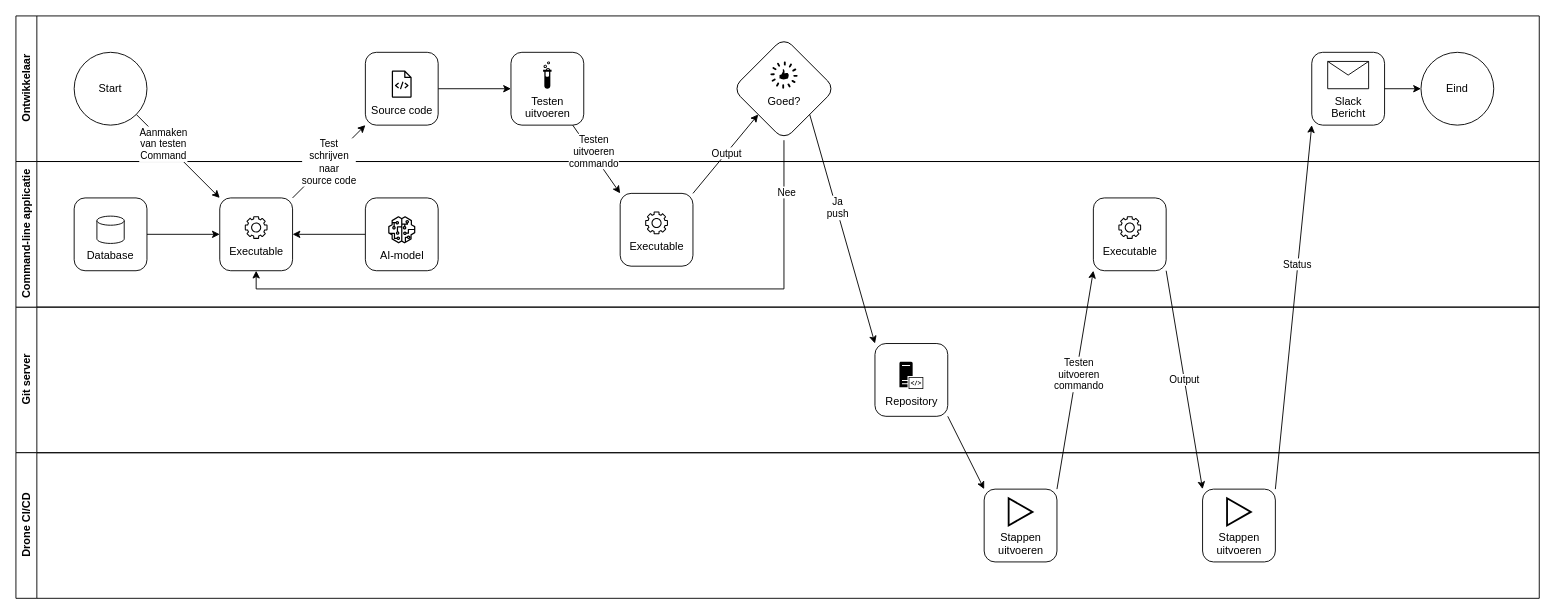
Before: page "Executable" (12 of 13) of cli app.drawio in luukvankooten/draw.io, a draw.io diagram. Source tidied: cells renumbered, new cells numbered last; positions are measured from the earlier drawing's top-left corner, leaving out a move shared by most shapes. Both pictures are drawn from the tidied source at 91%, with x=0, y=0 at pixel (15, 15).
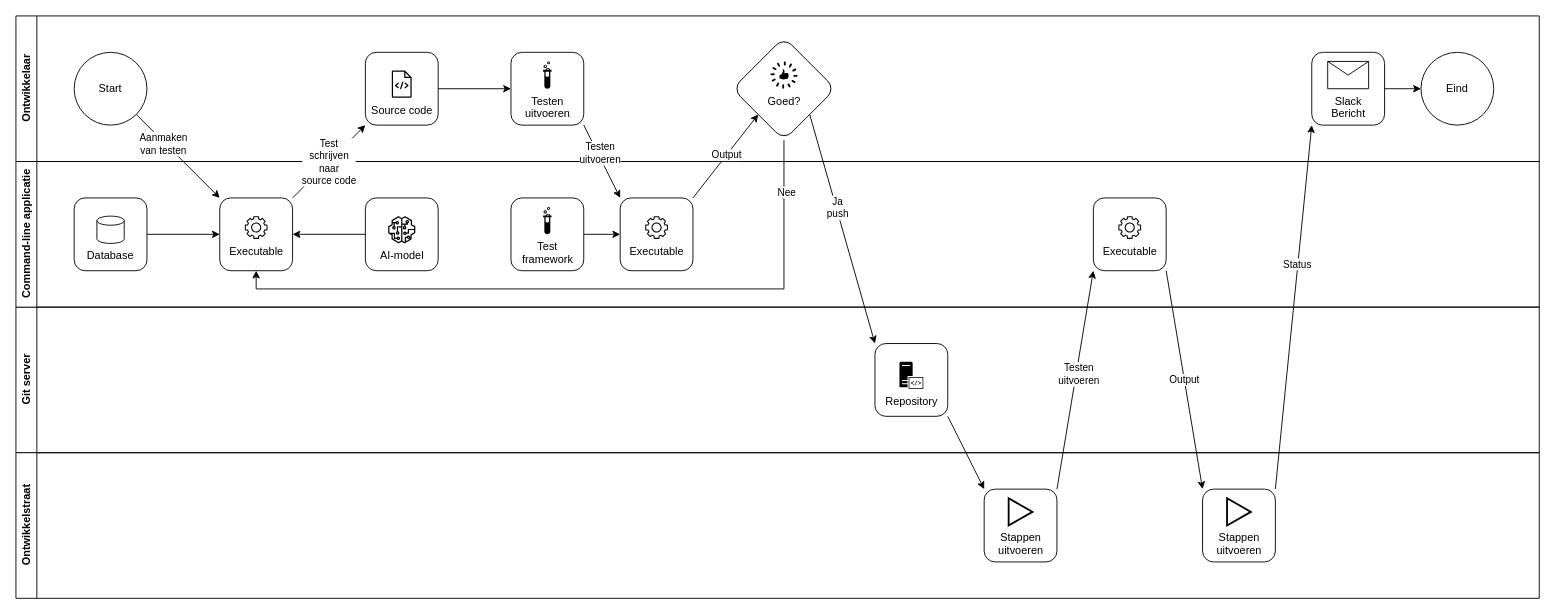
The same page after the edit.

The change refers to these unchanged cells:
```xml
<mxCell id="7" style="whiteSpace=wrap;html=1;rounded=1;" parent="2" vertex="1">
  <mxGeometry x="544" y="40" width="80" height="80" as="geometry" />
</mxCell>
<mxCell id="23" value="Command-line applicatie" style="swimlane;horizontal=0;whiteSpace=wrap;html=1;" parent="1" vertex="1">
  <mxGeometry y="160" width="1674" height="160" as="geometry" />
</mxCell>
<mxCell id="36" style="rounded=0;jettySize=auto;html=1;entryX=0;entryY=0;entryDx=0;entryDy=0;exitX=1;exitY=1;exitDx=0;exitDy=0;" parent="1" edge="1" source="3" target="24">
  <mxGeometry relative="1" as="geometry" />
</mxCell>
<mxCell id="49" style="rounded=0;jettySize=auto;html=1;entryX=0;entryY=1;entryDx=0;entryDy=0;exitX=1;exitY=0;exitDx=0;exitDy=0;" parent="1" edge="1" source="19" target="34">
  <mxGeometry relative="1" as="geometry" />
</mxCell>
```

The edit, as a diff of the source:
```diff
@@
-    <mxCell id="18" value="Drone CI/CD" style="swimlane;horizontal=0;whiteSpace=wrap;html=1;" parent="1" vertex="1">
+    <mxCell id="18" value="&lt;div&gt;Ontwikkelstraat&lt;/div&gt;" style="swimlane;horizontal=0;whiteSpace=wrap;html=1;" parent="1" vertex="1">
       <mxGeometry y="480" width="1674" height="160" as="geometry" />
     </mxCell>
@@
     <mxCell id="32" style="rounded=1;whiteSpace=wrap;html=1;" parent="23" vertex="1">
-      <mxGeometry x="664" y="35" width="80" height="80" as="geometry" />
+      <mxGeometry x="664" y="40" width="80" height="80" as="geometry" />
     </mxCell>
     <mxCell id="33" value="&lt;font color=&quot;#000000&quot;&gt;Executable&lt;/font&gt;" style="sketch=0;fontColor=#232F3E;gradientColor=none;fillColor=#000000;strokeColor=none;dashed=0;verticalLabelPosition=bottom;verticalAlign=top;align=center;html=1;fontSize=12;fontStyle=0;shape=mxgraph.aws4.gear;" parent="23" vertex="1">
-      <mxGeometry x="691.5" y="55" width="25" height="25" as="geometry" />
+      <mxGeometry x="691.5" y="60" width="25" height="25" as="geometry" />
     </mxCell>
@@
+    <mxCell id="54" style="edgeStyle=orthogonalEdgeStyle;rounded=0;jettySize=auto;html=1;" parent="23" edge="1" source="55" target="32">
+      <mxGeometry relative="1" as="geometry" />
+    </mxCell>
+    <mxCell id="55" style="whiteSpace=wrap;html=1;rounded=1;" parent="23" vertex="1">
+      <mxGeometry x="544" y="40" width="80" height="80" as="geometry" />
+    </mxCell>
+    <mxCell id="56" value="&lt;div&gt;Test&lt;/div&gt;&lt;div&gt;framework&lt;/div&gt;" style="sketch=0;html=1;strokeColor=none;shadow=0;fillColor=#000000;verticalAlign=top;labelPosition=center;verticalLabelPosition=bottom;shape=mxgraph.gcp2.biomedical_test_tube;" parent="23" vertex="1">
+      <mxGeometry x="579.3" y="50" width="9.3" height="30" as="geometry" />
+    </mxCell>
@@
-    <mxCell id="37" value="&lt;div&gt;Aanmaken&lt;/div&gt;&lt;div&gt;van testen&lt;br&gt;&lt;/div&gt;&lt;div&gt;Command&lt;/div&gt;" style="edgeLabel;html=1;align=center;verticalAlign=middle;" parent="36" vertex="1">
+    <mxCell id="37" value="&lt;div&gt;Aanmaken&lt;/div&gt;&lt;div&gt;van testen&lt;br&gt;&lt;/div&gt;" style="edgeLabel;html=1;align=center;verticalAlign=middle;" parent="36" vertex="1">
       <mxGeometry x="-0.33" y="-2" relative="1" as="geometry" />
     </mxCell>
@@
-    <mxCell id="40" style="rounded=0;jettySize=auto;html=1;entryX=0;entryY=0;entryDx=0;entryDy=0;" parent="1" edge="1" source="7" target="32">
+    <mxCell id="40" style="rounded=0;jettySize=auto;html=1;entryX=0;entryY=0;entryDx=0;entryDy=0;exitX=1;exitY=1;exitDx=0;exitDy=0;" parent="1" edge="1" source="7" target="32">
       <mxGeometry relative="1" as="geometry" />
     </mxCell>
-    <mxCell id="41" value="&lt;div&gt;Testen&lt;/div&gt;&lt;div&gt;uitvoeren&lt;br&gt;&lt;/div&gt;&lt;div&gt;commando&lt;/div&gt;" style="edgeLabel;html=1;align=center;verticalAlign=middle;" parent="40" vertex="1">
+    <mxCell id="41" value="&lt;div&gt;Testen&lt;/div&gt;&lt;div&gt;uitvoeren&lt;br&gt;&lt;/div&gt;" style="edgeLabel;html=1;align=center;verticalAlign=middle;" parent="40" vertex="1">
       <mxGeometry x="-0.22" y="2" relative="1" as="geometry" />
     </mxCell>
@@
-    <mxCell id="50" value="&lt;div&gt;Testen&lt;/div&gt;&lt;div&gt;uitvoeren&lt;br&gt;&lt;/div&gt;&lt;div&gt;commando&lt;/div&gt;" style="edgeLabel;html=1;align=center;verticalAlign=middle;" parent="49" vertex="1">
+    <mxCell id="50" value="&lt;div&gt;Testen&lt;/div&gt;&lt;div&gt;uitvoeren&lt;br&gt;&lt;/div&gt;" style="edgeLabel;html=1;align=center;verticalAlign=middle;" parent="49" vertex="1">
       <mxGeometry x="0.06" y="-2" relative="1" as="geometry" />
     </mxCell>
```
